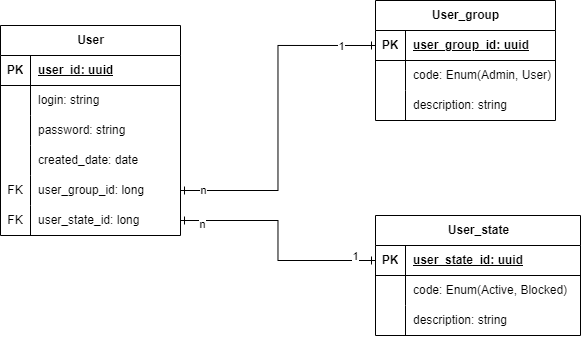
ExtraHot/user-app keeps this draw.io diagram as user-scheme.png. Above is the earlier version. Source tidied: cells renumbered, new cells last; positions are measured from the earlier drawing's top-left corner, leaving out a move shared by most shapes.
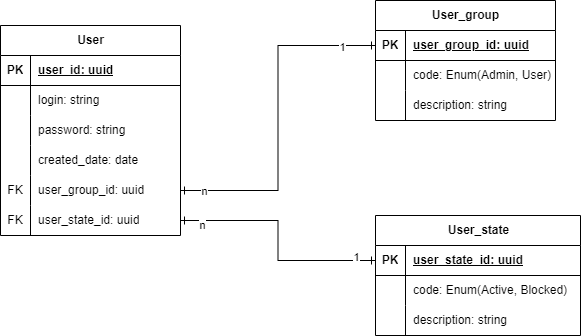
Above is the later version.

Commit message:
Исправил ошибки, обновил схему

What changed in the source:
```diff
@@ -47,7 +47,7 @@
     <mxCell id="16" value="FK" style="shape=partialRectangle;fillColor=none;top=0;left=0;bottom=0;right=0;overflow=hidden;whiteSpace=wrap;html=1;" parent="15" vertex="1">
       <mxGeometry width="30" height="30" as="geometry" />
     </mxCell>
-    <mxCell id="17" value="user_group_id: long" style="shape=partialRectangle;fillColor=none;top=0;left=0;bottom=0;right=0;align=left;spacingLeft=6;overflow=hidden;whiteSpace=wrap;html=1;" parent="15" vertex="1">
+    <mxCell id="17" value="user_group_id: uuid" style="shape=partialRectangle;fillColor=none;top=0;left=0;bottom=0;right=0;align=left;spacingLeft=6;overflow=hidden;whiteSpace=wrap;html=1;" parent="15" vertex="1">
       <mxGeometry x="30" width="150" height="30" as="geometry" />
     </mxCell>
     <mxCell id="18" style="shape=tableRow;horizontal=0;startSize=0;swimlaneHead=0;swimlaneBody=0;fillColor=none;points=[[0,0.5],[1,0.5]];portConstraint=eastwest;top=0;left=0;right=0;bottom=0;" parent="2" vertex="1">
@@ -56,7 +56,7 @@
     <mxCell id="19" value="FK" style="shape=partialRectangle;fillColor=none;top=0;left=0;bottom=0;right=0;overflow=hidden;whiteSpace=wrap;html=1;" parent="18" vertex="1">
       <mxGeometry width="30" height="30" as="geometry" />
     </mxCell>
-    <mxCell id="20" value="user_state_id: long" style="shape=partialRectangle;fillColor=none;top=0;left=0;bottom=0;right=0;align=left;spacingLeft=6;overflow=hidden;whiteSpace=wrap;html=1;" parent="18" vertex="1">
+    <mxCell id="20" value="user_state_id: uuid" style="shape=partialRectangle;fillColor=none;top=0;left=0;bottom=0;right=0;align=left;spacingLeft=6;overflow=hidden;whiteSpace=wrap;html=1;" parent="18" vertex="1">
       <mxGeometry x="30" width="150" height="30" as="geometry" />
     </mxCell>
     <mxCell id="21" value="User_group" style="shape=table;startSize=30;rowLines=0;fontStyle=1;align=center;html=1;" parent="1" vertex="1">
```
